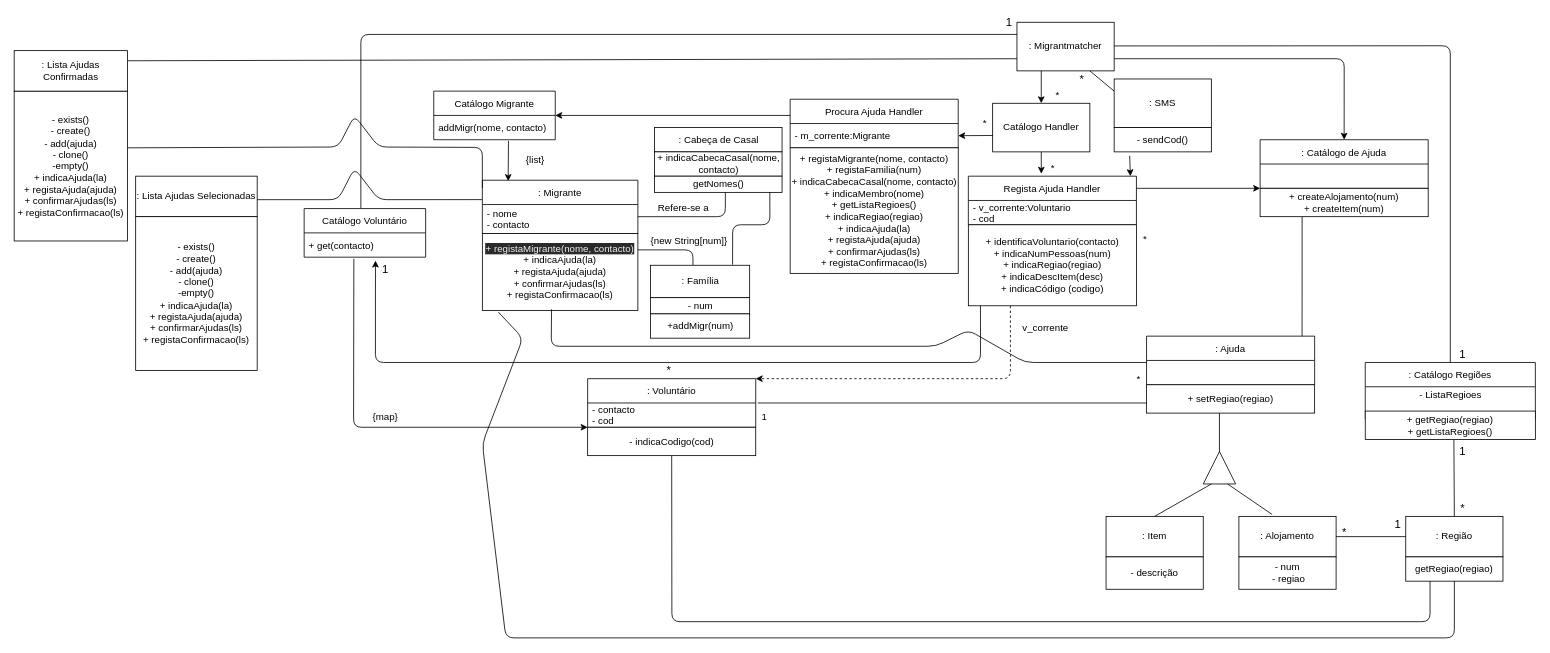
RuiMartins05/DCO keeps this draw.io diagram as MMdiagramaDeClasses.drawio. Above is the earlier version. Source tidied: cells renumbered, new cells numbered last; positions are measured from the earlier drawing's top-left corner, leaving out a move shared by most shapes. Both pictures are drawn from the tidied source at 81%, with x=0, y=0 at pixel (14, 14).
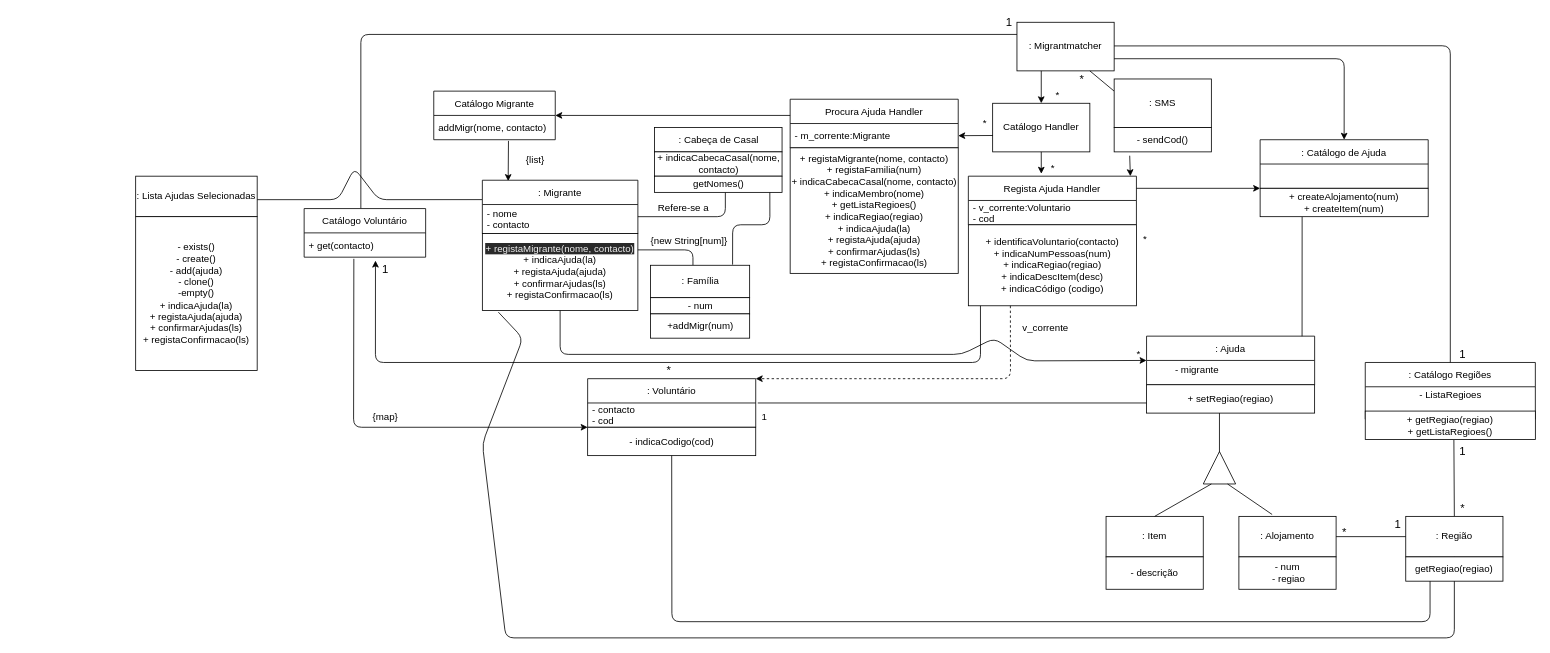
The same page after the edit.

The change refers to these unchanged cells:
```xml
<mxCell id="2" value=": Migrantmatcher" style="whiteSpace=wrap;html=1;" parent="1" vertex="1">
  <mxGeometry x="1238" y="10" width="120" height="60" as="geometry" />
</mxCell>
<mxCell id="54" value=": Ajuda" style="swimlane;fontStyle=0;horizontal=1;startSize=30;" parent="53" vertex="1">
  <mxGeometry width="207.5" height="60" as="geometry" />
</mxCell>
<mxCell id="81" value="&lt;span style=&quot;color: rgb(240 , 240 , 240) ; font-family: &amp;#34;helvetica&amp;#34; ; font-size: 12px ; font-style: normal ; font-weight: 400 ; letter-spacing: normal ; text-align: center ; text-indent: 0px ; text-transform: none ; word-spacing: 0px ; background-color: rgb(42 , 42 , 42) ; display: inline ; float: none&quot;&gt;+ registaMigrante(nome, contacto)&lt;br&gt;&lt;/span&gt;&lt;div&gt;+ indicaAjuda(la)&lt;/div&gt;&lt;div&gt;+ registaAjuda(ajuda)&lt;/div&gt;&lt;div&gt;+ confirmarAjudas(ls)&lt;/div&gt;&lt;div&gt;+ registaConfirmacao(ls)&lt;/div&gt;" style="rounded=0;whiteSpace=wrap;html=1;" parent="78" vertex="1">
  <mxGeometry y="65.8" width="192" height="95" as="geometry" />
</mxCell>
```

What changed in the source:
```diff
@@
     <mxCell id="62" value="*" style="text;html=1;align=center;verticalAlign=middle;strokeColor=none;fillColor=none;" parent="1" vertex="1">
-      <mxGeometry x="1378" y="440" width="20" height="20" as="geometry" />
+      <mxGeometry x="1378" y="410" width="20" height="20" as="geometry" />
     </mxCell>
@@
-    <mxCell id="83" style="endArrow=none;html=1;exitX=0.445;exitY=0.986;exitDx=0;exitDy=0;exitPerimeter=0;" parent="1" edge="1" source="81">
-      <mxGeometry relative="1" as="geometry">
-        <mxPoint x="1398" y="430" as="targetPoint" />
-        <Array as="points">
-          <mxPoint x="663" y="410" />
-          <mxPoint x="1138" y="410" />
-          <mxPoint x="1178" y="390" />
-          <mxPoint x="1248" y="430" />
-        </Array>
-      </mxGeometry>
-    </mxCell>
@@
-    <mxCell id="101" value="- exists()&lt;br&gt;- create()&lt;br&gt;&lt;span&gt;- add(ajuda)&lt;br&gt;&lt;/span&gt;- clone()&lt;br&gt;-empty()&lt;br&gt;&lt;div&gt;+ indicaAjuda(la)&lt;/div&gt;&lt;div&gt;+ registaAjuda(ajuda)&lt;/div&gt;&lt;div&gt;+ confirmarAjudas(ls)&lt;/div&gt;&lt;div&gt;+ registaConfirmacao(ls)&lt;/div&gt;" style="whiteSpace=wrap;html=1;" parent="1" vertex="1">
-      <mxGeometry y="95" width="140" height="185" as="geometry" />
-    </mxCell>
-    <mxCell id="102" style="endArrow=none;html=1;" parent="1" edge="1">
-      <mxGeometry relative="1" as="geometry">
-        <mxPoint x="140" y="165" as="sourcePoint" />
-        <mxPoint x="578" y="214.5" as="targetPoint" />
-        <Array as="points">
-          <mxPoint x="400" y="164" />
-          <mxPoint x="420" y="125" />
-          <mxPoint x="450" y="164" />
-          <mxPoint x="578" y="164.5" />
-        </Array>
-      </mxGeometry>
-    </mxCell>
-    <mxCell id="103" value=": Lista Ajudas Confirmadas" style="whiteSpace=wrap;html=1;" parent="1" vertex="1">
-      <mxGeometry y="45" width="140" height="50" as="geometry" />
-    </mxCell>
-    <mxCell id="104" style="endArrow=none;html=1;exitX=1;exitY=0.25;exitDx=0;exitDy=0;entryX=0;entryY=0.75;entryDx=0;entryDy=0;" parent="1" edge="1" source="103" target="2">
-      <mxGeometry relative="1" as="geometry" />
-    </mxCell>
+    <mxCell id="105" value="- migrante" style="text;html=1;align=center;verticalAlign=middle;strokeColor=none;fillColor=none;" parent="1" vertex="1">
+      <mxGeometry x="1425" y="430" width="70" height="20" as="geometry" />
+    </mxCell>
+    <mxCell id="106" style="endArrow=classic;html=1;exitX=0.5;exitY=1;exitDx=0;exitDy=0;entryX=0;entryY=0.5;entryDx=0;entryDy=0;" parent="1" edge="1" source="81" target="54">
+      <mxGeometry relative="1" as="geometry">
+        <Array as="points">
+          <mxPoint x="674" y="420" />
+          <mxPoint x="1170" y="420" />
+          <mxPoint x="1210" y="400" />
+          <mxPoint x="1250" y="428" />
+        </Array>
+      </mxGeometry>
+    </mxCell>
```
